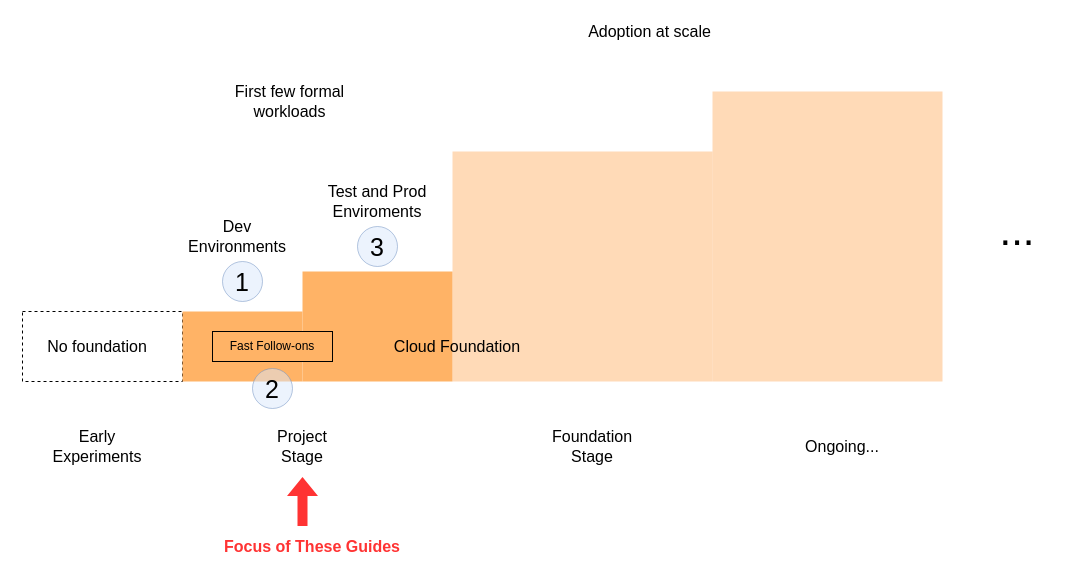
Earlier version of the draw.io diagram page "foundation" (7 of 10) of images/initial-foundation.drawio (atimpone/aws-foundation-journey). Source tidied: cells renumbered, new cells numbered last; positions are measured from the earlier drawing's top-left corner, leaving out a move shared by most shapes. Both pictures are drawn from the tidied source at 100%, with x=0, y=0 at pixel (17, 21).
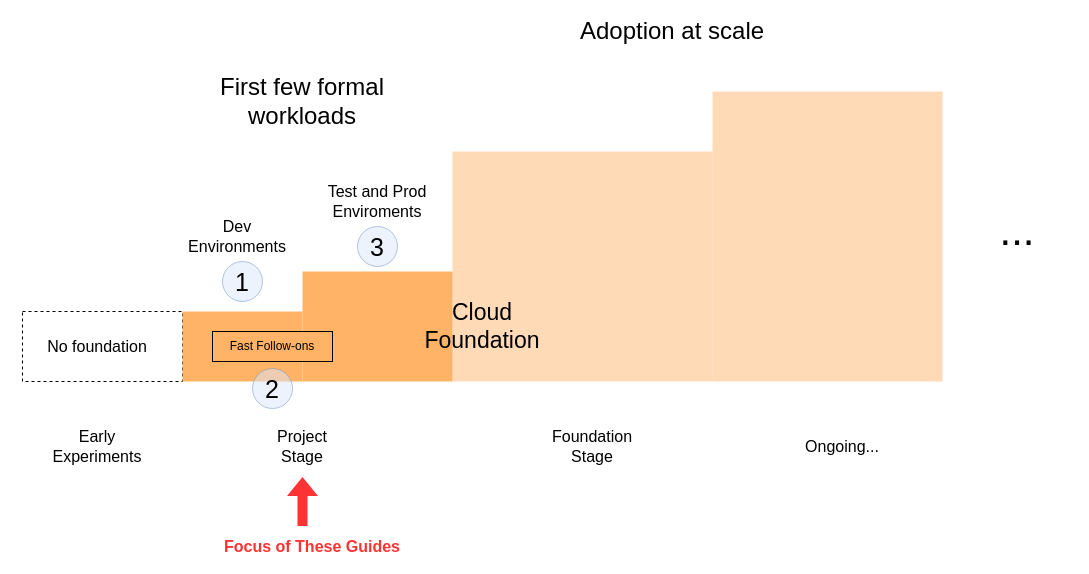
After the change.

What changed in the source:
```diff
@@
-    <mxCell id="13" value="Adoption at scale" style="text;html=1;strokeColor=none;fillColor=none;align=center;verticalAlign=middle;whiteSpace=wrap;rounded=0;fontSize=16;fontColor=#000000;" parent="1" vertex="1">
-      <mxGeometry x="555" width="155" height="20" as="geometry" />
+    <mxCell id="13" value="Adoption at scale" style="text;html=1;strokeColor=none;fillColor=none;align=center;verticalAlign=middle;whiteSpace=wrap;rounded=0;fontSize=24;fontColor=#000000;" parent="1" vertex="1">
+      <mxGeometry x="555" width="200" height="20" as="geometry" />
     </mxCell>
@@
-    <mxCell id="16" value="First few formal workloads" style="text;html=1;strokeColor=none;fillColor=none;align=center;verticalAlign=middle;whiteSpace=wrap;rounded=0;fontSize=16;fontColor=#000000;" parent="1" vertex="1">
-      <mxGeometry x="195" y="70" width="155" height="20" as="geometry" />
+    <mxCell id="16" value="First few formal workloads" style="text;html=1;strokeColor=none;fillColor=none;align=center;verticalAlign=middle;whiteSpace=wrap;rounded=0;fontSize=24;fontColor=#000000;" parent="1" vertex="1">
+      <mxGeometry x="195" y="70" width="180" height="20" as="geometry" />
     </mxCell>
@@
-    <mxCell id="23" value="Cloud Foundation" style="text;html=1;strokeColor=none;fillColor=none;align=center;verticalAlign=middle;whiteSpace=wrap;rounded=0;fontSize=16;fontColor=#000000;" parent="1" vertex="1">
-      <mxGeometry x="350" y="315" width="180" height="20" as="geometry" />
+    <mxCell id="23" value="Cloud Foundation" style="text;html=1;strokeColor=none;fillColor=none;align=center;verticalAlign=middle;whiteSpace=wrap;rounded=0;fontSize=23;fontColor=#000000;" parent="1" vertex="1">
+      <mxGeometry x="375" y="295" width="180" height="20" as="geometry" />
     </mxCell>
```
